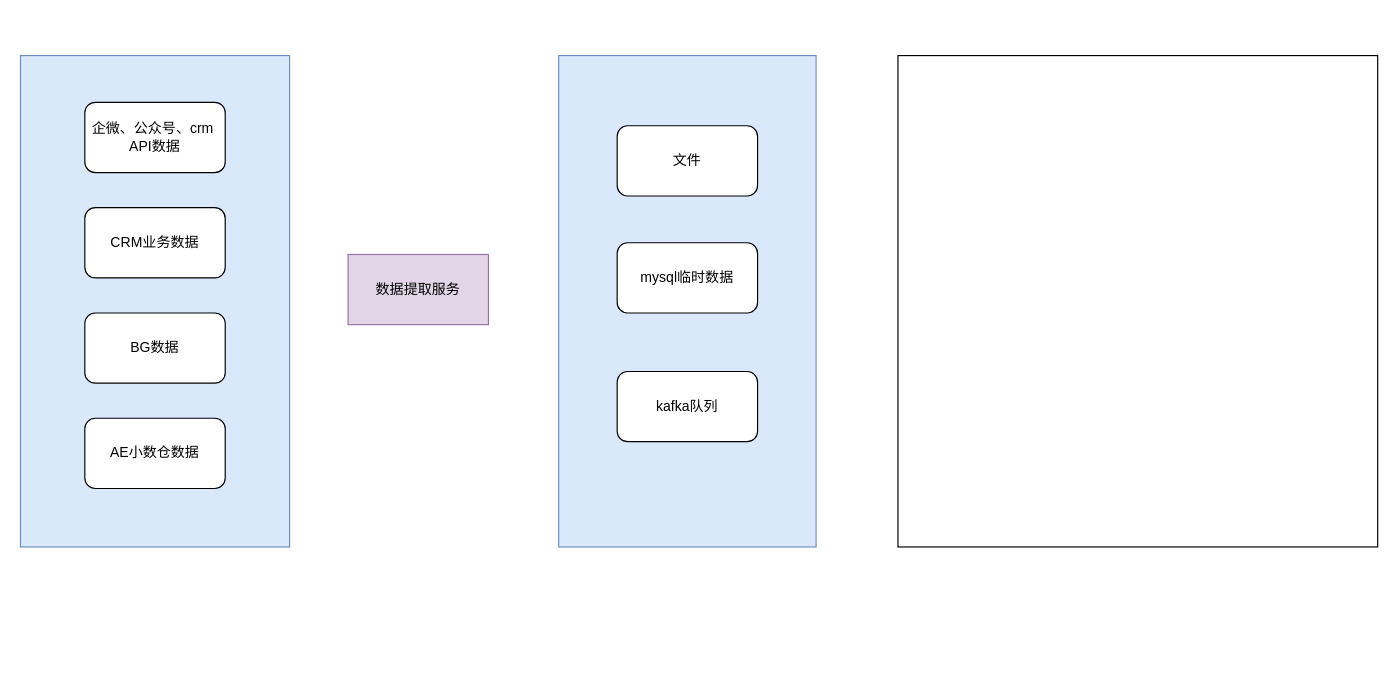
This is 特步CDP数据流图.drawio from DThadch/draw, a draw.io file, before an edit. Source tidied: cells renumbered, new cells numbered last; positions are measured from the earlier drawing's top-left corner, leaving out a move shared by most shapes. Both pictures are drawn from the tidied source at 117%, with x=0, y=0 at pixel (20, 55).
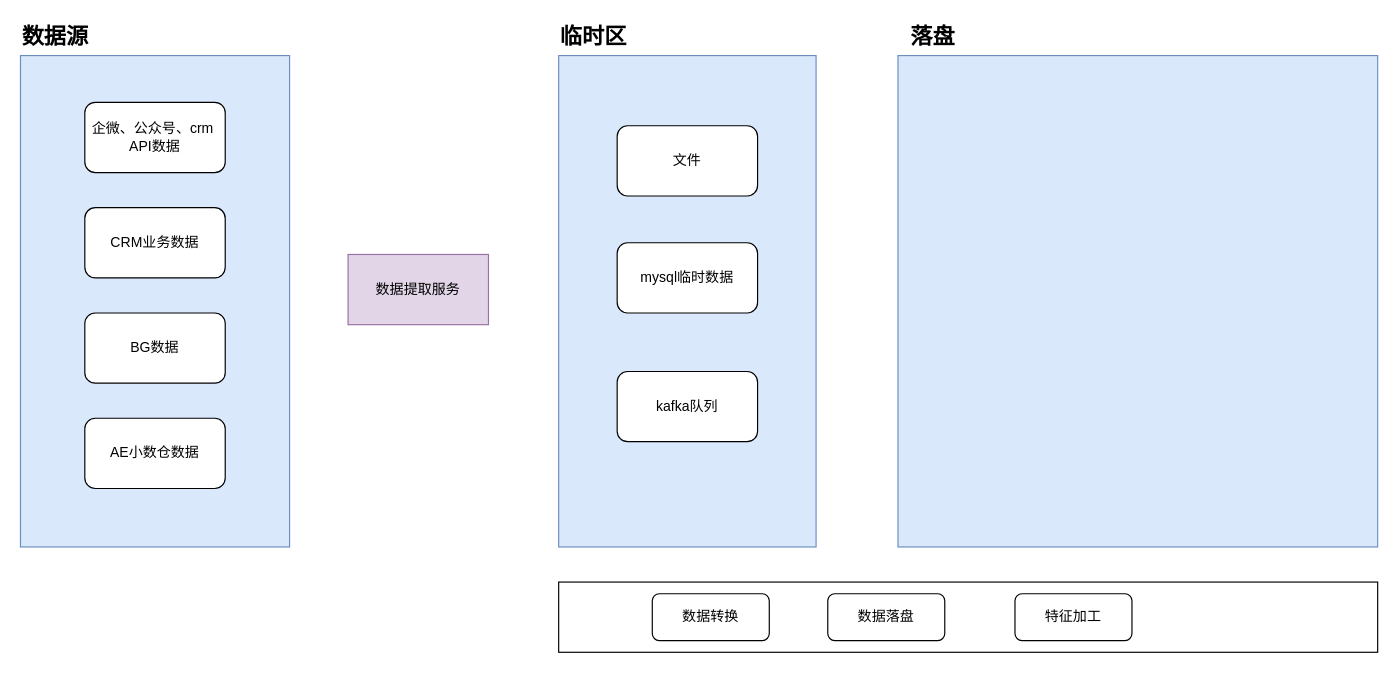
Above is the later version.

Commit message (it also covers changes not shown here):
更新特步CDP数据流图.drawio

The edit, as a diff of the source:
```diff
@@
 <mxGraphModel>
   <root>
     <mxCell id="0" />
     <mxCell id="1" parent="0" />
     <mxCell id="2" style="rounded=0;whiteSpace=wrap;html=1;fillColor=#dae8fc;strokeColor=#6c8ebf;" parent="1" vertex="1">
       <mxGeometry width="230" height="420" as="geometry" />
     </mxCell>
     <mxCell id="3" value="企微、公众号、crm&amp;nbsp; API数据" style="rounded=1;whiteSpace=wrap;html=1;" parent="1" vertex="1">
       <mxGeometry x="55" y="40" width="120" height="60" as="geometry" />
     </mxCell>
     <mxCell id="4" value="AE小数仓数据" style="rounded=1;whiteSpace=wrap;html=1;" parent="1" vertex="1">
       <mxGeometry x="55" y="310" width="120" height="60" as="geometry" />
     </mxCell>
     <mxCell id="5" value="BG数据" style="rounded=1;whiteSpace=wrap;html=1;" parent="1" vertex="1">
       <mxGeometry x="55" y="220" width="120" height="60" as="geometry" />
     </mxCell>
     <mxCell id="6" value="CRM业务数据" style="rounded=1;whiteSpace=wrap;html=1;" parent="1" vertex="1">
       <mxGeometry x="55" y="130" width="120" height="60" as="geometry" />
     </mxCell>
     <mxCell id="7" value="数据提取服务" style="rounded=0;whiteSpace=wrap;html=1;fillColor=#e1d5e7;strokeColor=#9673a6;" parent="1" vertex="1">
       <mxGeometry x="280" y="170" width="120" height="60" as="geometry" />
     </mxCell>
     <mxCell id="8" style="rounded=0;whiteSpace=wrap;html=1;fillColor=#dae8fc;strokeColor=#6c8ebf;" parent="1" vertex="1">
       <mxGeometry x="460" width="220" height="420" as="geometry" />
     </mxCell>
     <mxCell id="9" value="文件" style="rounded=1;whiteSpace=wrap;html=1;" parent="1" vertex="1">
       <mxGeometry x="510" y="60" width="120" height="60" as="geometry" />
     </mxCell>
     <mxCell id="10" value="mysql临时数据" style="rounded=1;whiteSpace=wrap;html=1;" parent="1" vertex="1">
       <mxGeometry x="510" y="160" width="120" height="60" as="geometry" />
     </mxCell>
     <mxCell id="11" value="kafka队列" style="rounded=1;whiteSpace=wrap;html=1;" parent="1" vertex="1">
       <mxGeometry x="510" y="270" width="120" height="60" as="geometry" />
     </mxCell>
-    <mxCell id="12" style="rounded=0;whiteSpace=wrap;html=1;" parent="1" vertex="1">
+    <mxCell id="12" style="rounded=0;whiteSpace=wrap;html=1;fillColor=#dae8fc;strokeColor=#6c8ebf;" parent="1" vertex="1">
       <mxGeometry x="750" width="410" height="420" as="geometry" />
     </mxCell>
+    <mxCell id="13" value="落盘" style="text;html=1;align=center;verticalAlign=middle;whiteSpace=wrap;rounded=0;fontSize=19;fontStyle=1;" parent="1" vertex="1">
+      <mxGeometry x="750" y="-30" width="60" height="30" as="geometry" />
+    </mxCell>
+    <mxCell id="14" value="数据源" style="text;html=1;align=center;verticalAlign=middle;whiteSpace=wrap;rounded=0;fontSize=19;fontStyle=1;" parent="1" vertex="1">
+      <mxGeometry y="-30" width="60" height="30" as="geometry" />
+    </mxCell>
+    <mxCell id="15" value="临时区" style="text;html=1;align=center;verticalAlign=middle;whiteSpace=wrap;rounded=0;fontSize=19;fontStyle=1;" parent="1" vertex="1">
+      <mxGeometry x="460" y="-30" width="60" height="30" as="geometry" />
+    </mxCell>
+    <mxCell id="16" style="rounded=0;whiteSpace=wrap;html=1;" parent="1" vertex="1">
+      <mxGeometry x="460" y="450" width="700" height="60" as="geometry" />
+    </mxCell>
+    <mxCell id="17" value="数据转换" style="rounded=1;whiteSpace=wrap;html=1;" parent="1" vertex="1">
+      <mxGeometry x="540" y="460" width="100" height="40" as="geometry" />
+    </mxCell>
+    <mxCell id="18" value="数据落盘" style="rounded=1;whiteSpace=wrap;html=1;" parent="1" vertex="1">
+      <mxGeometry x="690" y="460" width="100" height="40" as="geometry" />
+    </mxCell>
+    <mxCell id="19" value="特征加工" style="rounded=1;whiteSpace=wrap;html=1;" parent="1" vertex="1">
+      <mxGeometry x="850" y="460" width="100" height="40" as="geometry" />
+    </mxCell>
   </root>
 </mxGraphModel>
```
